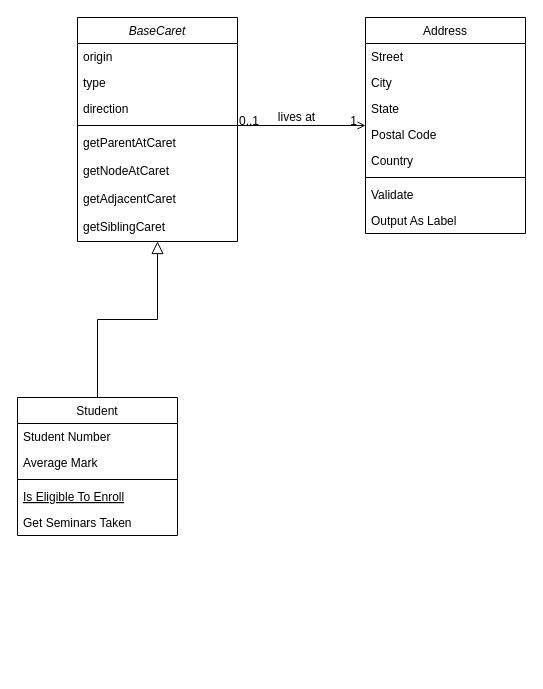
Before: 未命名绘图.drawio in zhao943018529/visdocs, a draw.io diagram. Source tidied: cells renumbered, new cells numbered last; positions are measured from the earlier drawing's top-left corner, leaving out a move shared by most shapes. Both pictures are drawn from the tidied source at 100%, with x=0, y=0 at pixel (17, 17).
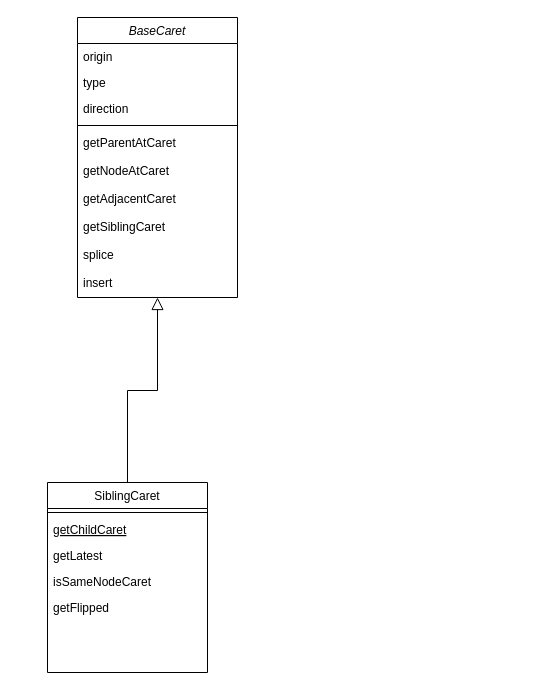
The same page after the edit.

What changed in the source:
```diff
@@
     <mxCell id="2" value="BaseCaret" style="swimlane;fontStyle=2;align=center;verticalAlign=top;horizontal=1;startSize=26;rounded=0;shadow=0;strokeWidth=1;" parent="1" vertex="1">
-      <mxGeometry x="60" width="160" height="224" as="geometry" />
+      <mxGeometry x="60" width="160" height="280" as="geometry" />
     </mxCell>
@@
+    <mxCell id="31" value="getSiblingCaret" style="text;align=left;verticalAlign=top;spacingLeft=4;spacingRight=4;overflow=hidden;" parent="2" vertex="1">
+      <mxGeometry y="196" width="160" height="28" as="geometry" />
+    </mxCell>
+    <mxCell id="32" value="splice" style="text;align=left;verticalAlign=top;spacingLeft=4;spacingRight=4;overflow=hidden;" parent="2" vertex="1">
+      <mxGeometry y="224" width="160" height="28" as="geometry" />
+    </mxCell>
-    <mxCell id="10" value="getSiblingCaret" style="text;align=left;verticalAlign=top;spacingLeft=4;spacingRight=4;overflow=hidden;" parent="2" vertex="1">
-      <mxGeometry y="196" width="160" height="28" as="geometry" />
+    <mxCell id="10" value="insert" style="text;align=left;verticalAlign=top;spacingLeft=4;spacingRight=4;overflow=hidden;" parent="2" vertex="1">
+      <mxGeometry y="252" width="160" height="28" as="geometry" />
     </mxCell>
-    <mxCell id="11" value="Student" style="swimlane;fontStyle=0;align=center;verticalAlign=top;horizontal=1;startSize=26;rounded=0;shadow=0;strokeWidth=1;" parent="1" vertex="1">
-      <mxGeometry y="380" width="160" height="138" as="geometry" />
+    <mxCell id="11" value="SiblingCaret" style="swimlane;fontStyle=0;align=center;verticalAlign=top;horizontal=1;startSize=26;rounded=0;shadow=0;strokeWidth=1;" parent="1" vertex="1">
+      <mxGeometry x="30" y="465" width="160" height="190" as="geometry" />
     </mxCell>
-    <mxCell id="12" value="Student Number" style="text;align=left;verticalAlign=top;spacingLeft=4;spacingRight=4;overflow=hidden;" parent="11" vertex="1">
-      <mxGeometry y="26" width="160" height="26" as="geometry" />
-    </mxCell>
-    <mxCell id="13" value="Average Mark" style="text;align=left;verticalAlign=top;spacingLeft=4;spacingRight=4;overflow=hidden;rounded=0;shadow=0;html=0;" parent="11" vertex="1">
-      <mxGeometry y="52" width="160" height="26" as="geometry" />
-    </mxCell>
     <mxCell id="14" style="line;html=1;strokeWidth=1;align=left;verticalAlign=middle;spacingTop=-1;spacingLeft=3;spacingRight=3;labelPosition=right;" parent="11" vertex="1">
-      <mxGeometry y="78" width="160" height="8" as="geometry" />
+      <mxGeometry y="26" width="160" height="8" as="geometry" />
     </mxCell>
-    <mxCell id="15" value="Is Eligible To Enroll" style="text;align=left;verticalAlign=top;spacingLeft=4;spacingRight=4;overflow=hidden;fontStyle=4;" parent="11" vertex="1">
-      <mxGeometry y="86" width="160" height="26" as="geometry" />
+    <mxCell id="15" value="getChildCaret" style="text;align=left;verticalAlign=top;spacingLeft=4;spacingRight=4;overflow=hidden;fontStyle=4;" parent="11" vertex="1">
+      <mxGeometry y="34" width="160" height="26" as="geometry" />
     </mxCell>
+    <mxCell id="33" value="getLatest" style="text;align=left;verticalAlign=top;spacingLeft=4;spacingRight=4;overflow=hidden;" parent="11" vertex="1">
+      <mxGeometry y="60" width="160" height="26" as="geometry" />
+    </mxCell>
+    <mxCell id="34" value="isSameNodeCaret" style="text;align=left;verticalAlign=top;spacingLeft=4;spacingRight=4;overflow=hidden;" parent="11" vertex="1">
+      <mxGeometry y="86" width="160" height="26" as="geometry" />
+    </mxCell>
-    <mxCell id="16" value="Get Seminars Taken" style="text;align=left;verticalAlign=top;spacingLeft=4;spacingRight=4;overflow=hidden;" parent="11" vertex="1">
+    <mxCell id="16" value="getFlipped" style="text;align=left;verticalAlign=top;spacingLeft=4;spacingRight=4;overflow=hidden;" parent="11" vertex="1">
       <mxGeometry y="112" width="160" height="26" as="geometry" />
     </mxCell>
@@
-    <mxCell id="18" value="Address" style="swimlane;fontStyle=0;align=center;verticalAlign=top;horizontal=1;startSize=26;rounded=0;shadow=0;strokeWidth=1;" parent="1" vertex="1">
-      <mxGeometry x="348" width="160" height="216" as="geometry" />
-    </mxCell>
-    <mxCell id="19" value="Street" style="text;align=left;verticalAlign=top;spacingLeft=4;spacingRight=4;overflow=hidden;" parent="18" vertex="1">
-      <mxGeometry y="26" width="160" height="26" as="geometry" />
-    </mxCell>
-    <mxCell id="20" value="City" style="text;align=left;verticalAlign=top;spacingLeft=4;spacingRight=4;overflow=hidden;rounded=0;shadow=0;html=0;" parent="18" vertex="1">
-      <mxGeometry y="52" width="160" height="26" as="geometry" />
-    </mxCell>
-    <mxCell id="21" value="State" style="text;align=left;verticalAlign=top;spacingLeft=4;spacingRight=4;overflow=hidden;rounded=0;shadow=0;html=0;" parent="18" vertex="1">
-      <mxGeometry y="78" width="160" height="26" as="geometry" />
-    </mxCell>
-    <mxCell id="22" value="Postal Code" style="text;align=left;verticalAlign=top;spacingLeft=4;spacingRight=4;overflow=hidden;rounded=0;shadow=0;html=0;" parent="18" vertex="1">
-      <mxGeometry y="104" width="160" height="26" as="geometry" />
-    </mxCell>
-    <mxCell id="23" value="Country" style="text;align=left;verticalAlign=top;spacingLeft=4;spacingRight=4;overflow=hidden;rounded=0;shadow=0;html=0;" parent="18" vertex="1">
-      <mxGeometry y="130" width="160" height="26" as="geometry" />
-    </mxCell>
-    <mxCell id="24" style="line;html=1;strokeWidth=1;align=left;verticalAlign=middle;spacingTop=-1;spacingLeft=3;spacingRight=3;labelPosition=right;" parent="18" vertex="1">
-      <mxGeometry y="156" width="160" height="8" as="geometry" />
-    </mxCell>
-    <mxCell id="25" value="Validate" style="text;align=left;verticalAlign=top;spacingLeft=4;spacingRight=4;overflow=hidden;" parent="18" vertex="1">
-      <mxGeometry y="164" width="160" height="26" as="geometry" />
-    </mxCell>
-    <mxCell id="26" value="Output As Label" style="text;align=left;verticalAlign=top;spacingLeft=4;spacingRight=4;overflow=hidden;" parent="18" vertex="1">
-      <mxGeometry y="190" width="160" height="26" as="geometry" />
-    </mxCell>
-    <mxCell id="27" style="endArrow=open;shadow=0;strokeWidth=1;rounded=0;curved=0;endFill=1;edgeStyle=elbowEdgeStyle;elbow=vertical;" parent="1" edge="1" source="2" target="18">
-      <mxGeometry x="0.5" y="41" relative="1" as="geometry">
-        <mxPoint x="-40" y="32" as="offset" />
-      </mxGeometry>
-    </mxCell>
-    <mxCell id="28" value="0..1" style="align=left;verticalAlign=bottom;labelBackgroundColor=none;fontSize=12;" parent="27" vertex="1">
-      <mxGeometry x="-1" relative="1" as="geometry">
-        <mxPoint y="4" as="offset" />
-      </mxGeometry>
-    </mxCell>
-    <mxCell id="29" value="1" style="align=right;verticalAlign=bottom;labelBackgroundColor=none;fontSize=12;" parent="27" vertex="1">
-      <mxGeometry x="1" relative="1" as="geometry">
-        <mxPoint x="-7" y="4" as="offset" />
-      </mxGeometry>
-    </mxCell>
-    <mxCell id="30" value="lives at" style="text;html=1;align=center;verticalAlign=middle;labelBackgroundColor=none;rounded=0;shadow=0;strokeWidth=1;fontSize=12;" parent="27" vertex="1">
-      <mxGeometry x="0.5" y="49" relative="1" as="geometry">
-        <mxPoint x="-38" y="40" as="offset" />
-      </mxGeometry>
-    </mxCell>
```
